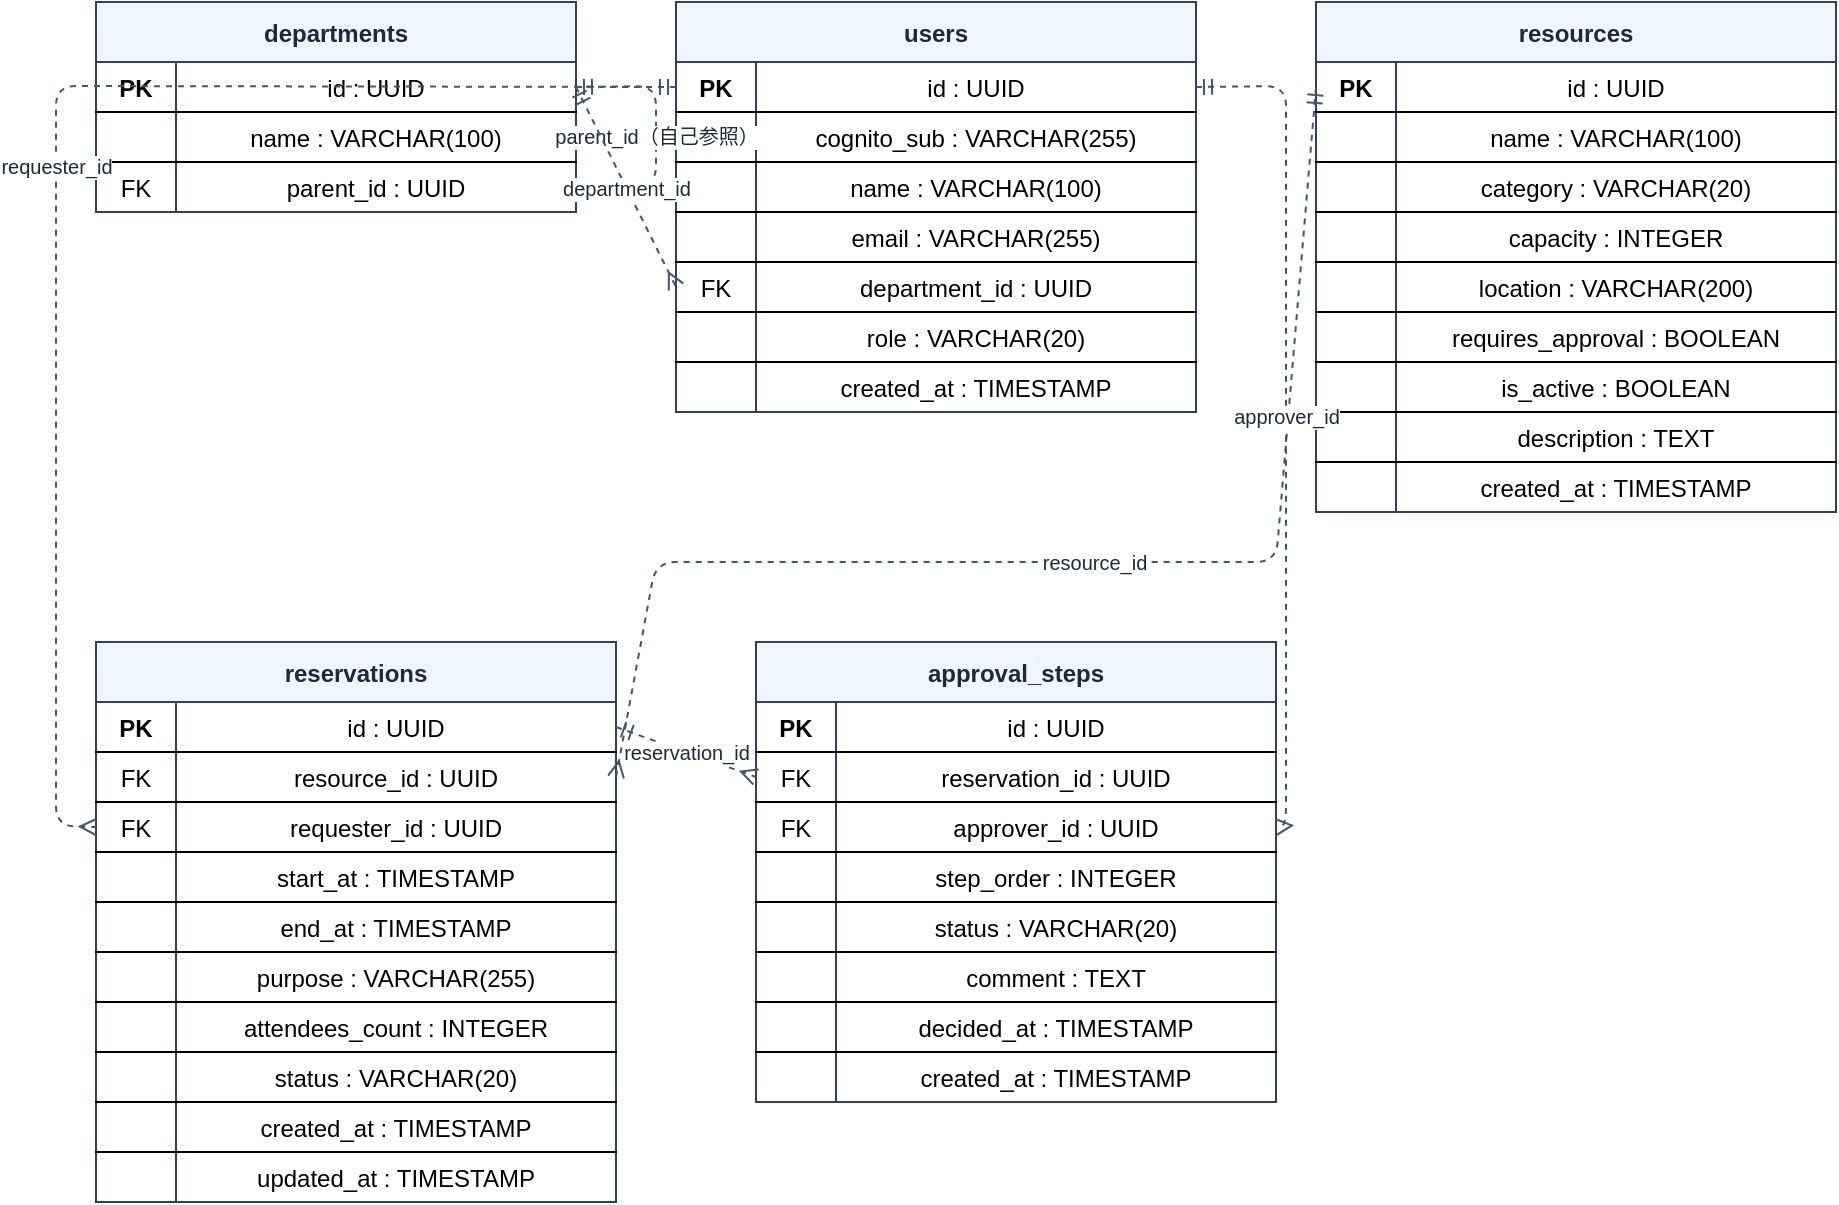
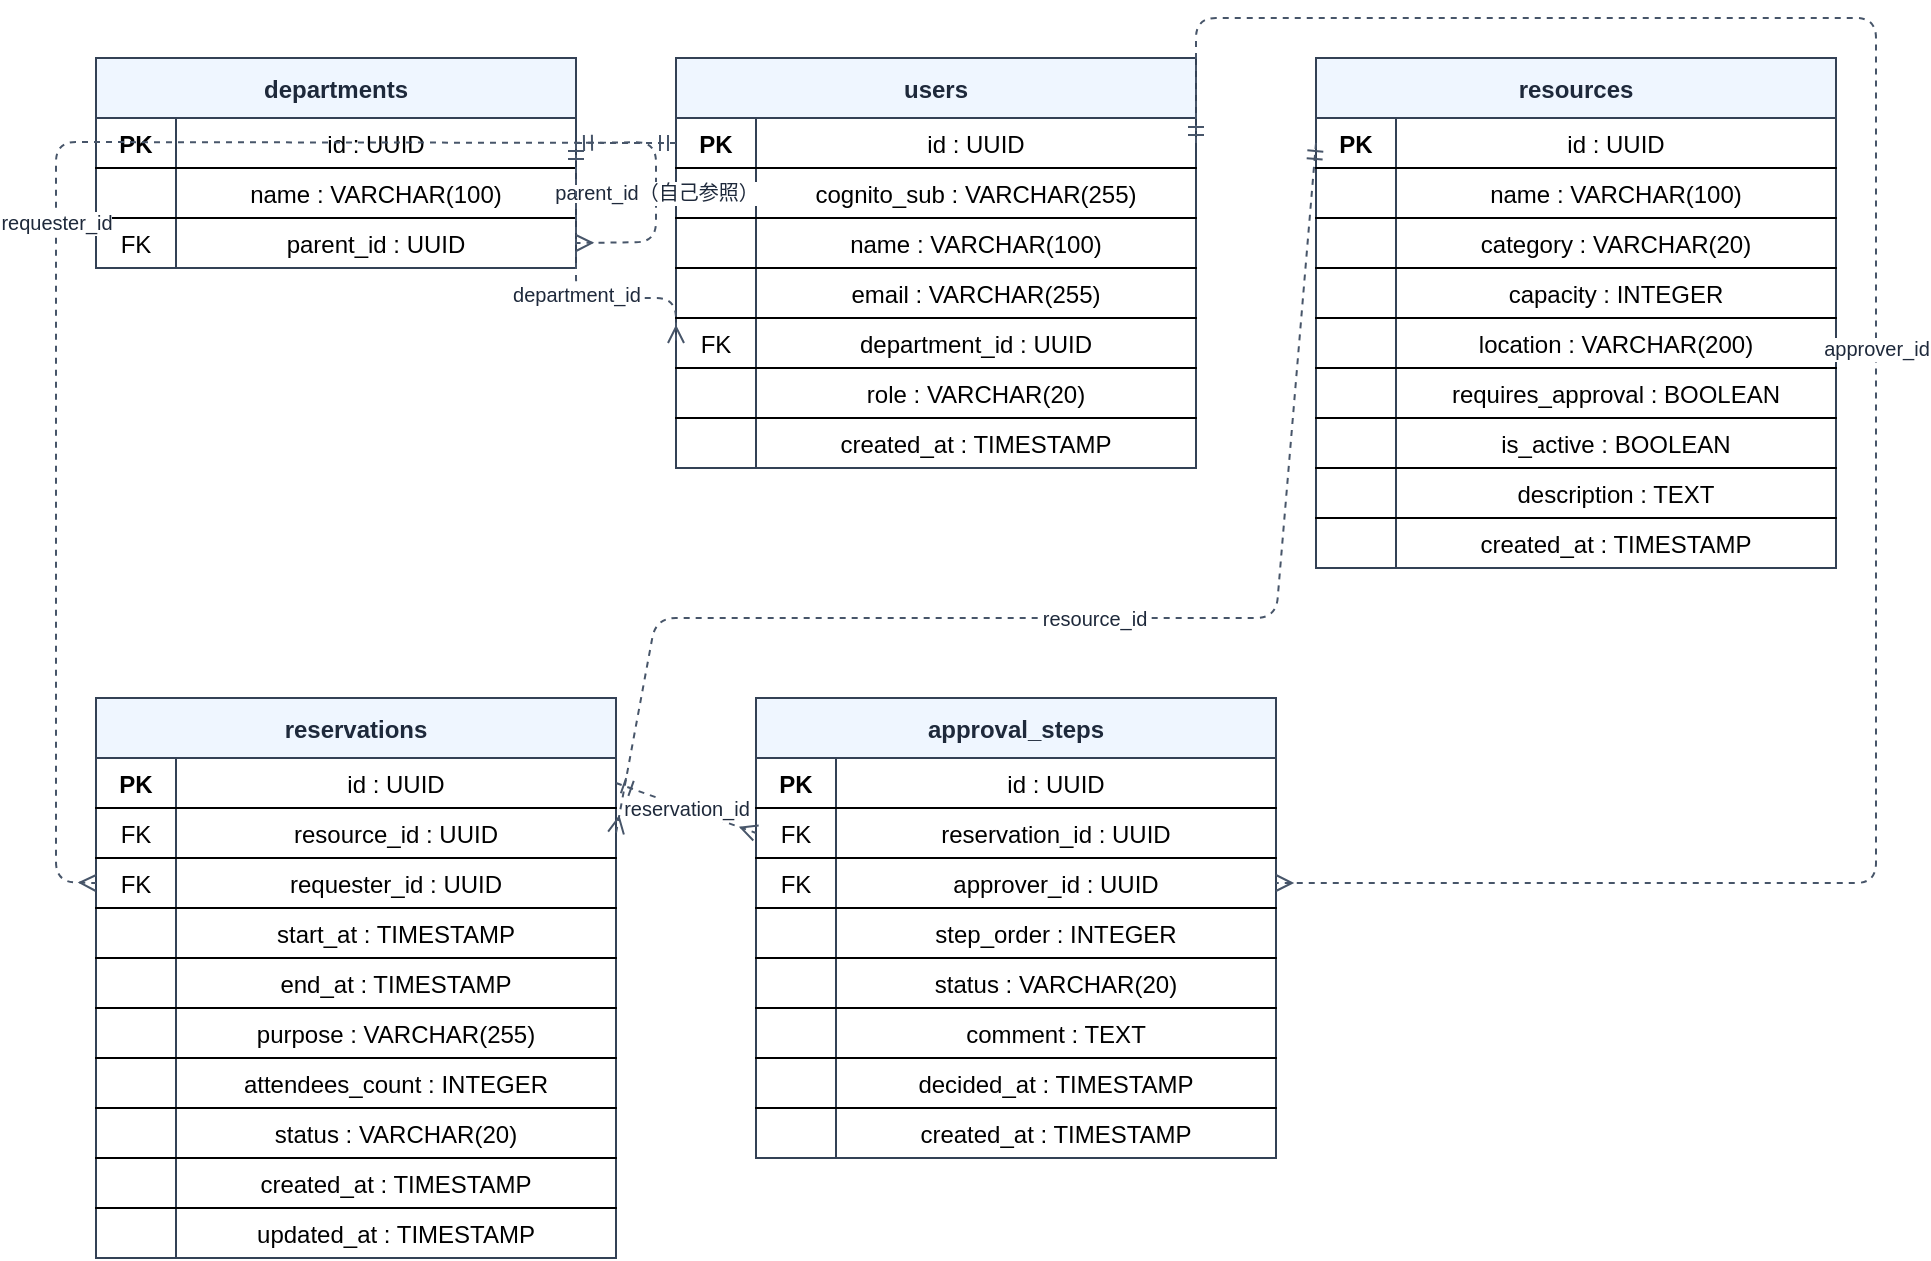
<?xml version="1.0" encoding="UTF-8"?>
<mxfile host="drawio" version="26.0.0">
  <diagram name="ER図">
    <mxGraphModel>
      <root>
        <mxCell id="0" />
        <mxCell id="1" parent="0" />

        <!-- departments テーブル (3行 h=105) -->
        <mxCell id="2" value="departments" style="shape=table;startSize=30;container=1;collapsible=1;childLayout=tableLayout;fixedRows=1;rowLines=0;fontStyle=1;strokeColor=#334155;fillColor=#EFF6FF;fontColor=#1E293B;" vertex="1" parent="1">
          <mxGeometry x="30" y="30" width="240" height="105" as="geometry" />
        </mxCell>
        <mxCell id="2r1" value="" style="shape=tableRow;horizontal=0;startSize=0;swimlaneHead=0;swimlaneBody=0;fillColor=none;collapsible=0;dropTarget=0;points=[[0,0.5],[1,0.5]];portConstraint=eastwest;fontSize=12;top=0;left=0;right=0;bottom=1;" vertex="1" parent="2">
          <mxGeometry y="30" width="240" height="25" as="geometry" />
        </mxCell>
        <mxCell id="2r1L" value="PK" style="shape=partialRectangle;connectable=0;fillColor=none;top=0;left=0;bottom=0;right=0;fontStyle=1;overflow=hidden;" vertex="1" parent="2r1">
          <mxGeometry width="40" height="25" as="geometry"><mxRectangle width="40" height="25" as="alternateBounds" /></mxGeometry>
        </mxCell>
        <mxCell id="2r1R" value="id : UUID" style="shape=partialRectangle;connectable=0;fillColor=none;top=0;left=0;bottom=0;right=0;overflow=hidden;" vertex="1" parent="2r1">
          <mxGeometry x="40" width="200" height="25" as="geometry"><mxRectangle width="200" height="25" as="alternateBounds" /></mxGeometry>
        </mxCell>
        <mxCell id="2r2" value="" style="shape=tableRow;horizontal=0;startSize=0;swimlaneHead=0;swimlaneBody=0;fillColor=none;collapsible=0;dropTarget=0;points=[[0,0.5],[1,0.5]];portConstraint=eastwest;fontSize=12;top=0;left=0;right=0;bottom=1;" vertex="1" parent="2">
          <mxGeometry y="55" width="240" height="25" as="geometry" />
        </mxCell>
        <mxCell id="2r2L" value="" style="shape=partialRectangle;connectable=0;fillColor=none;top=0;left=0;bottom=0;right=0;overflow=hidden;" vertex="1" parent="2r2">
          <mxGeometry width="40" height="25" as="geometry"><mxRectangle width="40" height="25" as="alternateBounds" /></mxGeometry>
        </mxCell>
        <mxCell id="2r2R" value="name : VARCHAR(100)" style="shape=partialRectangle;connectable=0;fillColor=none;top=0;left=0;bottom=0;right=0;overflow=hidden;" vertex="1" parent="2r2">
          <mxGeometry x="40" width="200" height="25" as="geometry"><mxRectangle width="200" height="25" as="alternateBounds" /></mxGeometry>
        </mxCell>
        <mxCell id="2r3" value="" style="shape=tableRow;horizontal=0;startSize=0;swimlaneHead=0;swimlaneBody=0;fillColor=none;collapsible=0;dropTarget=0;points=[[0,0.5],[1,0.5]];portConstraint=eastwest;fontSize=12;top=0;left=0;right=0;bottom=0;" vertex="1" parent="2">
          <mxGeometry y="80" width="240" height="25" as="geometry" />
        </mxCell>
        <mxCell id="2r3L" value="FK" style="shape=partialRectangle;connectable=0;fillColor=none;top=0;left=0;bottom=0;right=0;overflow=hidden;" vertex="1" parent="2r3">
          <mxGeometry width="40" height="25" as="geometry"><mxRectangle width="40" height="25" as="alternateBounds" /></mxGeometry>
        </mxCell>
        <mxCell id="2r3R" value="parent_id : UUID" style="shape=partialRectangle;connectable=0;fillColor=none;top=0;left=0;bottom=0;right=0;overflow=hidden;" vertex="1" parent="2r3">
          <mxGeometry x="40" width="200" height="25" as="geometry"><mxRectangle width="200" height="25" as="alternateBounds" /></mxGeometry>
        </mxCell>

        <!-- users テーブル (7行 h=205) -->
        <mxCell id="3" value="users" style="shape=table;startSize=30;container=1;collapsible=1;childLayout=tableLayout;fixedRows=1;rowLines=0;fontStyle=1;strokeColor=#334155;fillColor=#EFF6FF;fontColor=#1E293B;" vertex="1" parent="1">
          <mxGeometry x="320" y="30" width="260" height="205" as="geometry" />
        </mxCell>
        <mxCell id="3r1" value="" style="shape=tableRow;horizontal=0;startSize=0;swimlaneHead=0;swimlaneBody=0;fillColor=none;collapsible=0;dropTarget=0;points=[[0,0.5],[1,0.5]];portConstraint=eastwest;fontSize=12;top=0;left=0;right=0;bottom=1;" vertex="1" parent="3">
          <mxGeometry y="30" width="260" height="25" as="geometry" />
        </mxCell>
        <mxCell id="3r1L" value="PK" style="shape=partialRectangle;connectable=0;fillColor=none;top=0;left=0;bottom=0;right=0;fontStyle=1;overflow=hidden;" vertex="1" parent="3r1">
          <mxGeometry width="40" height="25" as="geometry"><mxRectangle width="40" height="25" as="alternateBounds" /></mxGeometry>
        </mxCell>
        <mxCell id="3r1R" value="id : UUID" style="shape=partialRectangle;connectable=0;fillColor=none;top=0;left=0;bottom=0;right=0;overflow=hidden;" vertex="1" parent="3r1">
          <mxGeometry x="40" width="220" height="25" as="geometry"><mxRectangle width="220" height="25" as="alternateBounds" /></mxGeometry>
        </mxCell>
        <mxCell id="3r2" value="" style="shape=tableRow;horizontal=0;startSize=0;swimlaneHead=0;swimlaneBody=0;fillColor=none;collapsible=0;dropTarget=0;points=[[0,0.5],[1,0.5]];portConstraint=eastwest;fontSize=12;top=0;left=0;right=0;bottom=1;" vertex="1" parent="3">
          <mxGeometry y="55" width="260" height="25" as="geometry" />
        </mxCell>
        <mxCell id="3r2L" value="" style="shape=partialRectangle;connectable=0;fillColor=none;top=0;left=0;bottom=0;right=0;overflow=hidden;" vertex="1" parent="3r2">
          <mxGeometry width="40" height="25" as="geometry"><mxRectangle width="40" height="25" as="alternateBounds" /></mxGeometry>
        </mxCell>
        <mxCell id="3r2R" value="cognito_sub : VARCHAR(255)" style="shape=partialRectangle;connectable=0;fillColor=none;top=0;left=0;bottom=0;right=0;overflow=hidden;" vertex="1" parent="3r2">
          <mxGeometry x="40" width="220" height="25" as="geometry"><mxRectangle width="220" height="25" as="alternateBounds" /></mxGeometry>
        </mxCell>
        <mxCell id="3r3" value="" style="shape=tableRow;horizontal=0;startSize=0;swimlaneHead=0;swimlaneBody=0;fillColor=none;collapsible=0;dropTarget=0;points=[[0,0.5],[1,0.5]];portConstraint=eastwest;fontSize=12;top=0;left=0;right=0;bottom=1;" vertex="1" parent="3">
          <mxGeometry y="80" width="260" height="25" as="geometry" />
        </mxCell>
        <mxCell id="3r3L" value="" style="shape=partialRectangle;connectable=0;fillColor=none;top=0;left=0;bottom=0;right=0;overflow=hidden;" vertex="1" parent="3r3">
          <mxGeometry width="40" height="25" as="geometry"><mxRectangle width="40" height="25" as="alternateBounds" /></mxGeometry>
        </mxCell>
        <mxCell id="3r3R" value="name : VARCHAR(100)" style="shape=partialRectangle;connectable=0;fillColor=none;top=0;left=0;bottom=0;right=0;overflow=hidden;" vertex="1" parent="3r3">
          <mxGeometry x="40" width="220" height="25" as="geometry"><mxRectangle width="220" height="25" as="alternateBounds" /></mxGeometry>
        </mxCell>
        <mxCell id="3r4" value="" style="shape=tableRow;horizontal=0;startSize=0;swimlaneHead=0;swimlaneBody=0;fillColor=none;collapsible=0;dropTarget=0;points=[[0,0.5],[1,0.5]];portConstraint=eastwest;fontSize=12;top=0;left=0;right=0;bottom=1;" vertex="1" parent="3">
          <mxGeometry y="105" width="260" height="25" as="geometry" />
        </mxCell>
        <mxCell id="3r4L" value="" style="shape=partialRectangle;connectable=0;fillColor=none;top=0;left=0;bottom=0;right=0;overflow=hidden;" vertex="1" parent="3r4">
          <mxGeometry width="40" height="25" as="geometry"><mxRectangle width="40" height="25" as="alternateBounds" /></mxGeometry>
        </mxCell>
        <mxCell id="3r4R" value="email : VARCHAR(255)" style="shape=partialRectangle;connectable=0;fillColor=none;top=0;left=0;bottom=0;right=0;overflow=hidden;" vertex="1" parent="3r4">
          <mxGeometry x="40" width="220" height="25" as="geometry"><mxRectangle width="220" height="25" as="alternateBounds" /></mxGeometry>
        </mxCell>
        <mxCell id="3r5" value="" style="shape=tableRow;horizontal=0;startSize=0;swimlaneHead=0;swimlaneBody=0;fillColor=none;collapsible=0;dropTarget=0;points=[[0,0.5],[1,0.5]];portConstraint=eastwest;fontSize=12;top=0;left=0;right=0;bottom=1;" vertex="1" parent="3">
          <mxGeometry y="130" width="260" height="25" as="geometry" />
        </mxCell>
        <mxCell id="3r5L" value="FK" style="shape=partialRectangle;connectable=0;fillColor=none;top=0;left=0;bottom=0;right=0;overflow=hidden;" vertex="1" parent="3r5">
          <mxGeometry width="40" height="25" as="geometry"><mxRectangle width="40" height="25" as="alternateBounds" /></mxGeometry>
        </mxCell>
        <mxCell id="3r5R" value="department_id : UUID" style="shape=partialRectangle;connectable=0;fillColor=none;top=0;left=0;bottom=0;right=0;overflow=hidden;" vertex="1" parent="3r5">
          <mxGeometry x="40" width="220" height="25" as="geometry"><mxRectangle width="220" height="25" as="alternateBounds" /></mxGeometry>
        </mxCell>
        <mxCell id="3r6" value="" style="shape=tableRow;horizontal=0;startSize=0;swimlaneHead=0;swimlaneBody=0;fillColor=none;collapsible=0;dropTarget=0;points=[[0,0.5],[1,0.5]];portConstraint=eastwest;fontSize=12;top=0;left=0;right=0;bottom=1;" vertex="1" parent="3">
          <mxGeometry y="155" width="260" height="25" as="geometry" />
        </mxCell>
        <mxCell id="3r6L" value="" style="shape=partialRectangle;connectable=0;fillColor=none;top=0;left=0;bottom=0;right=0;overflow=hidden;" vertex="1" parent="3r6">
          <mxGeometry width="40" height="25" as="geometry"><mxRectangle width="40" height="25" as="alternateBounds" /></mxGeometry>
        </mxCell>
        <mxCell id="3r6R" value="role : VARCHAR(20)" style="shape=partialRectangle;connectable=0;fillColor=none;top=0;left=0;bottom=0;right=0;overflow=hidden;" vertex="1" parent="3r6">
          <mxGeometry x="40" width="220" height="25" as="geometry"><mxRectangle width="220" height="25" as="alternateBounds" /></mxGeometry>
        </mxCell>
        <mxCell id="3r7" value="" style="shape=tableRow;horizontal=0;startSize=0;swimlaneHead=0;swimlaneBody=0;fillColor=none;collapsible=0;dropTarget=0;points=[[0,0.5],[1,0.5]];portConstraint=eastwest;fontSize=12;top=0;left=0;right=0;bottom=0;" vertex="1" parent="3">
          <mxGeometry y="180" width="260" height="25" as="geometry" />
        </mxCell>
        <mxCell id="3r7L" value="" style="shape=partialRectangle;connectable=0;fillColor=none;top=0;left=0;bottom=0;right=0;overflow=hidden;" vertex="1" parent="3r7">
          <mxGeometry width="40" height="25" as="geometry"><mxRectangle width="40" height="25" as="alternateBounds" /></mxGeometry>
        </mxCell>
        <mxCell id="3r7R" value="created_at : TIMESTAMP" style="shape=partialRectangle;connectable=0;fillColor=none;top=0;left=0;bottom=0;right=0;overflow=hidden;" vertex="1" parent="3r7">
          <mxGeometry x="40" width="220" height="25" as="geometry"><mxRectangle width="220" height="25" as="alternateBounds" /></mxGeometry>
        </mxCell>

        <!-- resources テーブル (9行 h=255) -->
        <mxCell id="4" value="resources" style="shape=table;startSize=30;container=1;collapsible=1;childLayout=tableLayout;fixedRows=1;rowLines=0;fontStyle=1;strokeColor=#334155;fillColor=#EFF6FF;fontColor=#1E293B;" vertex="1" parent="1">
          <mxGeometry x="640" y="30" width="260" height="255" as="geometry" />
        </mxCell>
        <mxCell id="4r1" value="" style="shape=tableRow;horizontal=0;startSize=0;swimlaneHead=0;swimlaneBody=0;fillColor=none;collapsible=0;dropTarget=0;points=[[0,0.5],[1,0.5]];portConstraint=eastwest;fontSize=12;top=0;left=0;right=0;bottom=1;" vertex="1" parent="4">
          <mxGeometry y="30" width="260" height="25" as="geometry" />
        </mxCell>
        <mxCell id="4r1L" value="PK" style="shape=partialRectangle;connectable=0;fillColor=none;top=0;left=0;bottom=0;right=0;fontStyle=1;overflow=hidden;" vertex="1" parent="4r1">
          <mxGeometry width="40" height="25" as="geometry"><mxRectangle width="40" height="25" as="alternateBounds" /></mxGeometry>
        </mxCell>
        <mxCell id="4r1R" value="id : UUID" style="shape=partialRectangle;connectable=0;fillColor=none;top=0;left=0;bottom=0;right=0;overflow=hidden;" vertex="1" parent="4r1">
          <mxGeometry x="40" width="220" height="25" as="geometry"><mxRectangle width="220" height="25" as="alternateBounds" /></mxGeometry>
        </mxCell>
        <mxCell id="4r2" value="" style="shape=tableRow;horizontal=0;startSize=0;swimlaneHead=0;swimlaneBody=0;fillColor=none;collapsible=0;dropTarget=0;points=[[0,0.5],[1,0.5]];portConstraint=eastwest;fontSize=12;top=0;left=0;right=0;bottom=1;" vertex="1" parent="4">
          <mxGeometry y="55" width="260" height="25" as="geometry" />
        </mxCell>
        <mxCell id="4r2L" value="" style="shape=partialRectangle;connectable=0;fillColor=none;top=0;left=0;bottom=0;right=0;overflow=hidden;" vertex="1" parent="4r2">
          <mxGeometry width="40" height="25" as="geometry"><mxRectangle width="40" height="25" as="alternateBounds" /></mxGeometry>
        </mxCell>
        <mxCell id="4r2R" value="name : VARCHAR(100)" style="shape=partialRectangle;connectable=0;fillColor=none;top=0;left=0;bottom=0;right=0;overflow=hidden;" vertex="1" parent="4r2">
          <mxGeometry x="40" width="220" height="25" as="geometry"><mxRectangle width="220" height="25" as="alternateBounds" /></mxGeometry>
        </mxCell>
        <mxCell id="4r3" value="" style="shape=tableRow;horizontal=0;startSize=0;swimlaneHead=0;swimlaneBody=0;fillColor=none;collapsible=0;dropTarget=0;points=[[0,0.5],[1,0.5]];portConstraint=eastwest;fontSize=12;top=0;left=0;right=0;bottom=1;" vertex="1" parent="4">
          <mxGeometry y="80" width="260" height="25" as="geometry" />
        </mxCell>
        <mxCell id="4r3L" value="" style="shape=partialRectangle;connectable=0;fillColor=none;top=0;left=0;bottom=0;right=0;overflow=hidden;" vertex="1" parent="4r3">
          <mxGeometry width="40" height="25" as="geometry"><mxRectangle width="40" height="25" as="alternateBounds" /></mxGeometry>
        </mxCell>
        <mxCell id="4r3R" value="category : VARCHAR(20)" style="shape=partialRectangle;connectable=0;fillColor=none;top=0;left=0;bottom=0;right=0;overflow=hidden;" vertex="1" parent="4r3">
          <mxGeometry x="40" width="220" height="25" as="geometry"><mxRectangle width="220" height="25" as="alternateBounds" /></mxGeometry>
        </mxCell>
        <mxCell id="4r4" value="" style="shape=tableRow;horizontal=0;startSize=0;swimlaneHead=0;swimlaneBody=0;fillColor=none;collapsible=0;dropTarget=0;points=[[0,0.5],[1,0.5]];portConstraint=eastwest;fontSize=12;top=0;left=0;right=0;bottom=1;" vertex="1" parent="4">
          <mxGeometry y="105" width="260" height="25" as="geometry" />
        </mxCell>
        <mxCell id="4r4L" value="" style="shape=partialRectangle;connectable=0;fillColor=none;top=0;left=0;bottom=0;right=0;overflow=hidden;" vertex="1" parent="4r4">
          <mxGeometry width="40" height="25" as="geometry"><mxRectangle width="40" height="25" as="alternateBounds" /></mxGeometry>
        </mxCell>
        <mxCell id="4r4R" value="capacity : INTEGER" style="shape=partialRectangle;connectable=0;fillColor=none;top=0;left=0;bottom=0;right=0;overflow=hidden;" vertex="1" parent="4r4">
          <mxGeometry x="40" width="220" height="25" as="geometry"><mxRectangle width="220" height="25" as="alternateBounds" /></mxGeometry>
        </mxCell>
        <mxCell id="4r5" value="" style="shape=tableRow;horizontal=0;startSize=0;swimlaneHead=0;swimlaneBody=0;fillColor=none;collapsible=0;dropTarget=0;points=[[0,0.5],[1,0.5]];portConstraint=eastwest;fontSize=12;top=0;left=0;right=0;bottom=1;" vertex="1" parent="4">
          <mxGeometry y="130" width="260" height="25" as="geometry" />
        </mxCell>
        <mxCell id="4r5L" value="" style="shape=partialRectangle;connectable=0;fillColor=none;top=0;left=0;bottom=0;right=0;overflow=hidden;" vertex="1" parent="4r5">
          <mxGeometry width="40" height="25" as="geometry"><mxRectangle width="40" height="25" as="alternateBounds" /></mxGeometry>
        </mxCell>
        <mxCell id="4r5R" value="location : VARCHAR(200)" style="shape=partialRectangle;connectable=0;fillColor=none;top=0;left=0;bottom=0;right=0;overflow=hidden;" vertex="1" parent="4r5">
          <mxGeometry x="40" width="220" height="25" as="geometry"><mxRectangle width="220" height="25" as="alternateBounds" /></mxGeometry>
        </mxCell>
        <mxCell id="4r6" value="" style="shape=tableRow;horizontal=0;startSize=0;swimlaneHead=0;swimlaneBody=0;fillColor=none;collapsible=0;dropTarget=0;points=[[0,0.5],[1,0.5]];portConstraint=eastwest;fontSize=12;top=0;left=0;right=0;bottom=1;" vertex="1" parent="4">
          <mxGeometry y="155" width="260" height="25" as="geometry" />
        </mxCell>
        <mxCell id="4r6L" value="" style="shape=partialRectangle;connectable=0;fillColor=none;top=0;left=0;bottom=0;right=0;overflow=hidden;" vertex="1" parent="4r6">
          <mxGeometry width="40" height="25" as="geometry"><mxRectangle width="40" height="25" as="alternateBounds" /></mxGeometry>
        </mxCell>
        <mxCell id="4r6R" value="requires_approval : BOOLEAN" style="shape=partialRectangle;connectable=0;fillColor=none;top=0;left=0;bottom=0;right=0;overflow=hidden;" vertex="1" parent="4r6">
          <mxGeometry x="40" width="220" height="25" as="geometry"><mxRectangle width="220" height="25" as="alternateBounds" /></mxGeometry>
        </mxCell>
        <mxCell id="4r7" value="" style="shape=tableRow;horizontal=0;startSize=0;swimlaneHead=0;swimlaneBody=0;fillColor=none;collapsible=0;dropTarget=0;points=[[0,0.5],[1,0.5]];portConstraint=eastwest;fontSize=12;top=0;left=0;right=0;bottom=1;" vertex="1" parent="4">
          <mxGeometry y="180" width="260" height="25" as="geometry" />
        </mxCell>
        <mxCell id="4r7L" value="" style="shape=partialRectangle;connectable=0;fillColor=none;top=0;left=0;bottom=0;right=0;overflow=hidden;" vertex="1" parent="4r7">
          <mxGeometry width="40" height="25" as="geometry"><mxRectangle width="40" height="25" as="alternateBounds" /></mxGeometry>
        </mxCell>
        <mxCell id="4r7R" value="is_active : BOOLEAN" style="shape=partialRectangle;connectable=0;fillColor=none;top=0;left=0;bottom=0;right=0;overflow=hidden;" vertex="1" parent="4r7">
          <mxGeometry x="40" width="220" height="25" as="geometry"><mxRectangle width="220" height="25" as="alternateBounds" /></mxGeometry>
        </mxCell>
        <!-- 追加: description TEXT -->
        <mxCell id="4r8" value="" style="shape=tableRow;horizontal=0;startSize=0;swimlaneHead=0;swimlaneBody=0;fillColor=none;collapsible=0;dropTarget=0;points=[[0,0.5],[1,0.5]];portConstraint=eastwest;fontSize=12;top=0;left=0;right=0;bottom=1;" vertex="1" parent="4">
          <mxGeometry y="205" width="260" height="25" as="geometry" />
        </mxCell>
        <mxCell id="4r8L" value="" style="shape=partialRectangle;connectable=0;fillColor=none;top=0;left=0;bottom=0;right=0;overflow=hidden;" vertex="1" parent="4r8">
          <mxGeometry width="40" height="25" as="geometry"><mxRectangle width="40" height="25" as="alternateBounds" /></mxGeometry>
        </mxCell>
        <mxCell id="4r8R" value="description : TEXT" style="shape=partialRectangle;connectable=0;fillColor=none;top=0;left=0;bottom=0;right=0;overflow=hidden;" vertex="1" parent="4r8">
          <mxGeometry x="40" width="220" height="25" as="geometry"><mxRectangle width="220" height="25" as="alternateBounds" /></mxGeometry>
        </mxCell>
        <mxCell id="4r9" value="" style="shape=tableRow;horizontal=0;startSize=0;swimlaneHead=0;swimlaneBody=0;fillColor=none;collapsible=0;dropTarget=0;points=[[0,0.5],[1,0.5]];portConstraint=eastwest;fontSize=12;top=0;left=0;right=0;bottom=0;" vertex="1" parent="4">
          <mxGeometry y="230" width="260" height="25" as="geometry" />
        </mxCell>
        <mxCell id="4r9L" value="" style="shape=partialRectangle;connectable=0;fillColor=none;top=0;left=0;bottom=0;right=0;overflow=hidden;" vertex="1" parent="4r9">
          <mxGeometry width="40" height="25" as="geometry"><mxRectangle width="40" height="25" as="alternateBounds" /></mxGeometry>
        </mxCell>
        <mxCell id="4r9R" value="created_at : TIMESTAMP" style="shape=partialRectangle;connectable=0;fillColor=none;top=0;left=0;bottom=0;right=0;overflow=hidden;" vertex="1" parent="4r9">
          <mxGeometry x="40" width="220" height="25" as="geometry"><mxRectangle width="220" height="25" as="alternateBounds" /></mxGeometry>
        </mxCell>

        <!-- reservations テーブル (10行 h=280) -->
        <mxCell id="5" value="reservations" style="shape=table;startSize=30;container=1;collapsible=1;childLayout=tableLayout;fixedRows=1;rowLines=0;fontStyle=1;strokeColor=#334155;fillColor=#EFF6FF;fontColor=#1E293B;" vertex="1" parent="1">
          <mxGeometry x="30" y="350" width="260" height="280" as="geometry" />
        </mxCell>
        <mxCell id="5r1" value="" style="shape=tableRow;horizontal=0;startSize=0;swimlaneHead=0;swimlaneBody=0;fillColor=none;collapsible=0;dropTarget=0;points=[[0,0.5],[1,0.5]];portConstraint=eastwest;fontSize=12;top=0;left=0;right=0;bottom=1;" vertex="1" parent="5">
          <mxGeometry y="30" width="260" height="25" as="geometry" />
        </mxCell>
        <mxCell id="5r1L" value="PK" style="shape=partialRectangle;connectable=0;fillColor=none;top=0;left=0;bottom=0;right=0;fontStyle=1;overflow=hidden;" vertex="1" parent="5r1">
          <mxGeometry width="40" height="25" as="geometry"><mxRectangle width="40" height="25" as="alternateBounds" /></mxGeometry>
        </mxCell>
        <mxCell id="5r1R" value="id : UUID" style="shape=partialRectangle;connectable=0;fillColor=none;top=0;left=0;bottom=0;right=0;overflow=hidden;" vertex="1" parent="5r1">
          <mxGeometry x="40" width="220" height="25" as="geometry"><mxRectangle width="220" height="25" as="alternateBounds" /></mxGeometry>
        </mxCell>
        <mxCell id="5r2" value="" style="shape=tableRow;horizontal=0;startSize=0;swimlaneHead=0;swimlaneBody=0;fillColor=none;collapsible=0;dropTarget=0;points=[[0,0.5],[1,0.5]];portConstraint=eastwest;fontSize=12;top=0;left=0;right=0;bottom=1;" vertex="1" parent="5">
          <mxGeometry y="55" width="260" height="25" as="geometry" />
        </mxCell>
        <mxCell id="5r2L" value="FK" style="shape=partialRectangle;connectable=0;fillColor=none;top=0;left=0;bottom=0;right=0;overflow=hidden;" vertex="1" parent="5r2">
          <mxGeometry width="40" height="25" as="geometry"><mxRectangle width="40" height="25" as="alternateBounds" /></mxGeometry>
        </mxCell>
        <mxCell id="5r2R" value="resource_id : UUID" style="shape=partialRectangle;connectable=0;fillColor=none;top=0;left=0;bottom=0;right=0;overflow=hidden;" vertex="1" parent="5r2">
          <mxGeometry x="40" width="220" height="25" as="geometry"><mxRectangle width="220" height="25" as="alternateBounds" /></mxGeometry>
        </mxCell>
        <mxCell id="5r3" value="" style="shape=tableRow;horizontal=0;startSize=0;swimlaneHead=0;swimlaneBody=0;fillColor=none;collapsible=0;dropTarget=0;points=[[0,0.5],[1,0.5]];portConstraint=eastwest;fontSize=12;top=0;left=0;right=0;bottom=1;" vertex="1" parent="5">
          <mxGeometry y="80" width="260" height="25" as="geometry" />
        </mxCell>
        <mxCell id="5r3L" value="FK" style="shape=partialRectangle;connectable=0;fillColor=none;top=0;left=0;bottom=0;right=0;overflow=hidden;" vertex="1" parent="5r3">
          <mxGeometry width="40" height="25" as="geometry"><mxRectangle width="40" height="25" as="alternateBounds" /></mxGeometry>
        </mxCell>
        <mxCell id="5r3R" value="requester_id : UUID" style="shape=partialRectangle;connectable=0;fillColor=none;top=0;left=0;bottom=0;right=0;overflow=hidden;" vertex="1" parent="5r3">
          <mxGeometry x="40" width="220" height="25" as="geometry"><mxRectangle width="220" height="25" as="alternateBounds" /></mxGeometry>
        </mxCell>
        <mxCell id="5r4" value="" style="shape=tableRow;horizontal=0;startSize=0;swimlaneHead=0;swimlaneBody=0;fillColor=none;collapsible=0;dropTarget=0;points=[[0,0.5],[1,0.5]];portConstraint=eastwest;fontSize=12;top=0;left=0;right=0;bottom=1;" vertex="1" parent="5">
          <mxGeometry y="105" width="260" height="25" as="geometry" />
        </mxCell>
        <mxCell id="5r4L" value="" style="shape=partialRectangle;connectable=0;fillColor=none;top=0;left=0;bottom=0;right=0;overflow=hidden;" vertex="1" parent="5r4">
          <mxGeometry width="40" height="25" as="geometry"><mxRectangle width="40" height="25" as="alternateBounds" /></mxGeometry>
        </mxCell>
        <mxCell id="5r4R" value="start_at : TIMESTAMP" style="shape=partialRectangle;connectable=0;fillColor=none;top=0;left=0;bottom=0;right=0;overflow=hidden;" vertex="1" parent="5r4">
          <mxGeometry x="40" width="220" height="25" as="geometry"><mxRectangle width="220" height="25" as="alternateBounds" /></mxGeometry>
        </mxCell>
        <mxCell id="5r5" value="" style="shape=tableRow;horizontal=0;startSize=0;swimlaneHead=0;swimlaneBody=0;fillColor=none;collapsible=0;dropTarget=0;points=[[0,0.5],[1,0.5]];portConstraint=eastwest;fontSize=12;top=0;left=0;right=0;bottom=1;" vertex="1" parent="5">
          <mxGeometry y="130" width="260" height="25" as="geometry" />
        </mxCell>
        <mxCell id="5r5L" value="" style="shape=partialRectangle;connectable=0;fillColor=none;top=0;left=0;bottom=0;right=0;overflow=hidden;" vertex="1" parent="5r5">
          <mxGeometry width="40" height="25" as="geometry"><mxRectangle width="40" height="25" as="alternateBounds" /></mxGeometry>
        </mxCell>
        <mxCell id="5r5R" value="end_at : TIMESTAMP" style="shape=partialRectangle;connectable=0;fillColor=none;top=0;left=0;bottom=0;right=0;overflow=hidden;" vertex="1" parent="5r5">
          <mxGeometry x="40" width="220" height="25" as="geometry"><mxRectangle width="220" height="25" as="alternateBounds" /></mxGeometry>
        </mxCell>
        <mxCell id="5r6" value="" style="shape=tableRow;horizontal=0;startSize=0;swimlaneHead=0;swimlaneBody=0;fillColor=none;collapsible=0;dropTarget=0;points=[[0,0.5],[1,0.5]];portConstraint=eastwest;fontSize=12;top=0;left=0;right=0;bottom=1;" vertex="1" parent="5">
          <mxGeometry y="155" width="260" height="25" as="geometry" />
        </mxCell>
        <mxCell id="5r6L" value="" style="shape=partialRectangle;connectable=0;fillColor=none;top=0;left=0;bottom=0;right=0;overflow=hidden;" vertex="1" parent="5r6">
          <mxGeometry width="40" height="25" as="geometry"><mxRectangle width="40" height="25" as="alternateBounds" /></mxGeometry>
        </mxCell>
        <mxCell id="5r6R" value="purpose : VARCHAR(255)" style="shape=partialRectangle;connectable=0;fillColor=none;top=0;left=0;bottom=0;right=0;overflow=hidden;" vertex="1" parent="5r6">
          <mxGeometry x="40" width="220" height="25" as="geometry"><mxRectangle width="220" height="25" as="alternateBounds" /></mxGeometry>
        </mxCell>
        <mxCell id="5r7" value="" style="shape=tableRow;horizontal=0;startSize=0;swimlaneHead=0;swimlaneBody=0;fillColor=none;collapsible=0;dropTarget=0;points=[[0,0.5],[1,0.5]];portConstraint=eastwest;fontSize=12;top=0;left=0;right=0;bottom=1;" vertex="1" parent="5">
          <mxGeometry y="180" width="260" height="25" as="geometry" />
        </mxCell>
        <mxCell id="5r7L" value="" style="shape=partialRectangle;connectable=0;fillColor=none;top=0;left=0;bottom=0;right=0;overflow=hidden;" vertex="1" parent="5r7">
          <mxGeometry width="40" height="25" as="geometry"><mxRectangle width="40" height="25" as="alternateBounds" /></mxGeometry>
        </mxCell>
        <mxCell id="5r7R" value="attendees_count : INTEGER" style="shape=partialRectangle;connectable=0;fillColor=none;top=0;left=0;bottom=0;right=0;overflow=hidden;" vertex="1" parent="5r7">
          <mxGeometry x="40" width="220" height="25" as="geometry"><mxRectangle width="220" height="25" as="alternateBounds" /></mxGeometry>
        </mxCell>
        <!-- status: bottom=1 に変更（最終行でなくなった） -->
        <mxCell id="5r8" value="" style="shape=tableRow;horizontal=0;startSize=0;swimlaneHead=0;swimlaneBody=0;fillColor=none;collapsible=0;dropTarget=0;points=[[0,0.5],[1,0.5]];portConstraint=eastwest;fontSize=12;top=0;left=0;right=0;bottom=1;" vertex="1" parent="5">
          <mxGeometry y="205" width="260" height="25" as="geometry" />
        </mxCell>
        <mxCell id="5r8L" value="" style="shape=partialRectangle;connectable=0;fillColor=none;top=0;left=0;bottom=0;right=0;overflow=hidden;" vertex="1" parent="5r8">
          <mxGeometry width="40" height="25" as="geometry"><mxRectangle width="40" height="25" as="alternateBounds" /></mxGeometry>
        </mxCell>
        <mxCell id="5r8R" value="status : VARCHAR(20)" style="shape=partialRectangle;connectable=0;fillColor=none;top=0;left=0;bottom=0;right=0;overflow=hidden;" vertex="1" parent="5r8">
          <mxGeometry x="40" width="220" height="25" as="geometry"><mxRectangle width="220" height="25" as="alternateBounds" /></mxGeometry>
        </mxCell>
        <!-- 追加: created_at -->
        <mxCell id="5r9" value="" style="shape=tableRow;horizontal=0;startSize=0;swimlaneHead=0;swimlaneBody=0;fillColor=none;collapsible=0;dropTarget=0;points=[[0,0.5],[1,0.5]];portConstraint=eastwest;fontSize=12;top=0;left=0;right=0;bottom=1;" vertex="1" parent="5">
          <mxGeometry y="230" width="260" height="25" as="geometry" />
        </mxCell>
        <mxCell id="5r9L" value="" style="shape=partialRectangle;connectable=0;fillColor=none;top=0;left=0;bottom=0;right=0;overflow=hidden;" vertex="1" parent="5r9">
          <mxGeometry width="40" height="25" as="geometry"><mxRectangle width="40" height="25" as="alternateBounds" /></mxGeometry>
        </mxCell>
        <mxCell id="5r9R" value="created_at : TIMESTAMP" style="shape=partialRectangle;connectable=0;fillColor=none;top=0;left=0;bottom=0;right=0;overflow=hidden;" vertex="1" parent="5r9">
          <mxGeometry x="40" width="220" height="25" as="geometry"><mxRectangle width="220" height="25" as="alternateBounds" /></mxGeometry>
        </mxCell>
        <!-- 追加: updated_at -->
        <mxCell id="5r10" value="" style="shape=tableRow;horizontal=0;startSize=0;swimlaneHead=0;swimlaneBody=0;fillColor=none;collapsible=0;dropTarget=0;points=[[0,0.5],[1,0.5]];portConstraint=eastwest;fontSize=12;top=0;left=0;right=0;bottom=0;" vertex="1" parent="5">
          <mxGeometry y="255" width="260" height="25" as="geometry" />
        </mxCell>
        <mxCell id="5r10L" value="" style="shape=partialRectangle;connectable=0;fillColor=none;top=0;left=0;bottom=0;right=0;overflow=hidden;" vertex="1" parent="5r10">
          <mxGeometry width="40" height="25" as="geometry"><mxRectangle width="40" height="25" as="alternateBounds" /></mxGeometry>
        </mxCell>
        <mxCell id="5r10R" value="updated_at : TIMESTAMP" style="shape=partialRectangle;connectable=0;fillColor=none;top=0;left=0;bottom=0;right=0;overflow=hidden;" vertex="1" parent="5r10">
          <mxGeometry x="40" width="220" height="25" as="geometry"><mxRectangle width="220" height="25" as="alternateBounds" /></mxGeometry>
        </mxCell>

        <!-- approval_steps テーブル (8行 h=230) -->
        <mxCell id="6" value="approval_steps" style="shape=table;startSize=30;container=1;collapsible=1;childLayout=tableLayout;fixedRows=1;rowLines=0;fontStyle=1;strokeColor=#334155;fillColor=#EFF6FF;fontColor=#1E293B;" vertex="1" parent="1">
          <mxGeometry x="360" y="350" width="260" height="230" as="geometry" />
        </mxCell>
        <mxCell id="6r1" value="" style="shape=tableRow;horizontal=0;startSize=0;swimlaneHead=0;swimlaneBody=0;fillColor=none;collapsible=0;dropTarget=0;points=[[0,0.5],[1,0.5]];portConstraint=eastwest;fontSize=12;top=0;left=0;right=0;bottom=1;" vertex="1" parent="6">
          <mxGeometry y="30" width="260" height="25" as="geometry" />
        </mxCell>
        <mxCell id="6r1L" value="PK" style="shape=partialRectangle;connectable=0;fillColor=none;top=0;left=0;bottom=0;right=0;fontStyle=1;overflow=hidden;" vertex="1" parent="6r1">
          <mxGeometry width="40" height="25" as="geometry"><mxRectangle width="40" height="25" as="alternateBounds" /></mxGeometry>
        </mxCell>
        <mxCell id="6r1R" value="id : UUID" style="shape=partialRectangle;connectable=0;fillColor=none;top=0;left=0;bottom=0;right=0;overflow=hidden;" vertex="1" parent="6r1">
          <mxGeometry x="40" width="220" height="25" as="geometry"><mxRectangle width="220" height="25" as="alternateBounds" /></mxGeometry>
        </mxCell>
        <mxCell id="6r2" value="" style="shape=tableRow;horizontal=0;startSize=0;swimlaneHead=0;swimlaneBody=0;fillColor=none;collapsible=0;dropTarget=0;points=[[0,0.5],[1,0.5]];portConstraint=eastwest;fontSize=12;top=0;left=0;right=0;bottom=1;" vertex="1" parent="6">
          <mxGeometry y="55" width="260" height="25" as="geometry" />
        </mxCell>
        <mxCell id="6r2L" value="FK" style="shape=partialRectangle;connectable=0;fillColor=none;top=0;left=0;bottom=0;right=0;overflow=hidden;" vertex="1" parent="6r2">
          <mxGeometry width="40" height="25" as="geometry"><mxRectangle width="40" height="25" as="alternateBounds" /></mxGeometry>
        </mxCell>
        <mxCell id="6r2R" value="reservation_id : UUID" style="shape=partialRectangle;connectable=0;fillColor=none;top=0;left=0;bottom=0;right=0;overflow=hidden;" vertex="1" parent="6r2">
          <mxGeometry x="40" width="220" height="25" as="geometry"><mxRectangle width="220" height="25" as="alternateBounds" /></mxGeometry>
        </mxCell>
        <mxCell id="6r3" value="" style="shape=tableRow;horizontal=0;startSize=0;swimlaneHead=0;swimlaneBody=0;fillColor=none;collapsible=0;dropTarget=0;points=[[0,0.5],[1,0.5]];portConstraint=eastwest;fontSize=12;top=0;left=0;right=0;bottom=1;" vertex="1" parent="6">
          <mxGeometry y="80" width="260" height="25" as="geometry" />
        </mxCell>
        <mxCell id="6r3L" value="FK" style="shape=partialRectangle;connectable=0;fillColor=none;top=0;left=0;bottom=0;right=0;overflow=hidden;" vertex="1" parent="6r3">
          <mxGeometry width="40" height="25" as="geometry"><mxRectangle width="40" height="25" as="alternateBounds" /></mxGeometry>
        </mxCell>
        <mxCell id="6r3R" value="approver_id : UUID" style="shape=partialRectangle;connectable=0;fillColor=none;top=0;left=0;bottom=0;right=0;overflow=hidden;" vertex="1" parent="6r3">
          <mxGeometry x="40" width="220" height="25" as="geometry"><mxRectangle width="220" height="25" as="alternateBounds" /></mxGeometry>
        </mxCell>
        <mxCell id="6r4" value="" style="shape=tableRow;horizontal=0;startSize=0;swimlaneHead=0;swimlaneBody=0;fillColor=none;collapsible=0;dropTarget=0;points=[[0,0.5],[1,0.5]];portConstraint=eastwest;fontSize=12;top=0;left=0;right=0;bottom=1;" vertex="1" parent="6">
          <mxGeometry y="105" width="260" height="25" as="geometry" />
        </mxCell>
        <mxCell id="6r4L" value="" style="shape=partialRectangle;connectable=0;fillColor=none;top=0;left=0;bottom=0;right=0;overflow=hidden;" vertex="1" parent="6r4">
          <mxGeometry width="40" height="25" as="geometry"><mxRectangle width="40" height="25" as="alternateBounds" /></mxGeometry>
        </mxCell>
        <mxCell id="6r4R" value="step_order : INTEGER" style="shape=partialRectangle;connectable=0;fillColor=none;top=0;left=0;bottom=0;right=0;overflow=hidden;" vertex="1" parent="6r4">
          <mxGeometry x="40" width="220" height="25" as="geometry"><mxRectangle width="220" height="25" as="alternateBounds" /></mxGeometry>
        </mxCell>
        <mxCell id="6r5" value="" style="shape=tableRow;horizontal=0;startSize=0;swimlaneHead=0;swimlaneBody=0;fillColor=none;collapsible=0;dropTarget=0;points=[[0,0.5],[1,0.5]];portConstraint=eastwest;fontSize=12;top=0;left=0;right=0;bottom=1;" vertex="1" parent="6">
          <mxGeometry y="130" width="260" height="25" as="geometry" />
        </mxCell>
        <mxCell id="6r5L" value="" style="shape=partialRectangle;connectable=0;fillColor=none;top=0;left=0;bottom=0;right=0;overflow=hidden;" vertex="1" parent="6r5">
          <mxGeometry width="40" height="25" as="geometry"><mxRectangle width="40" height="25" as="alternateBounds" /></mxGeometry>
        </mxCell>
        <mxCell id="6r5R" value="status : VARCHAR(20)" style="shape=partialRectangle;connectable=0;fillColor=none;top=0;left=0;bottom=0;right=0;overflow=hidden;" vertex="1" parent="6r5">
          <mxGeometry x="40" width="220" height="25" as="geometry"><mxRectangle width="220" height="25" as="alternateBounds" /></mxGeometry>
        </mxCell>
        <mxCell id="6r6" value="" style="shape=tableRow;horizontal=0;startSize=0;swimlaneHead=0;swimlaneBody=0;fillColor=none;collapsible=0;dropTarget=0;points=[[0,0.5],[1,0.5]];portConstraint=eastwest;fontSize=12;top=0;left=0;right=0;bottom=1;" vertex="1" parent="6">
          <mxGeometry y="155" width="260" height="25" as="geometry" />
        </mxCell>
        <mxCell id="6r6L" value="" style="shape=partialRectangle;connectable=0;fillColor=none;top=0;left=0;bottom=0;right=0;overflow=hidden;" vertex="1" parent="6r6">
          <mxGeometry width="40" height="25" as="geometry"><mxRectangle width="40" height="25" as="alternateBounds" /></mxGeometry>
        </mxCell>
        <mxCell id="6r6R" value="comment : TEXT" style="shape=partialRectangle;connectable=0;fillColor=none;top=0;left=0;bottom=0;right=0;overflow=hidden;" vertex="1" parent="6r6">
          <mxGeometry x="40" width="220" height="25" as="geometry"><mxRectangle width="220" height="25" as="alternateBounds" /></mxGeometry>
        </mxCell>
        <!-- decided_at: bottom=1 に変更 -->
        <mxCell id="6r7" value="" style="shape=tableRow;horizontal=0;startSize=0;swimlaneHead=0;swimlaneBody=0;fillColor=none;collapsible=0;dropTarget=0;points=[[0,0.5],[1,0.5]];portConstraint=eastwest;fontSize=12;top=0;left=0;right=0;bottom=1;" vertex="1" parent="6">
          <mxGeometry y="180" width="260" height="25" as="geometry" />
        </mxCell>
        <mxCell id="6r7L" value="" style="shape=partialRectangle;connectable=0;fillColor=none;top=0;left=0;bottom=0;right=0;overflow=hidden;" vertex="1" parent="6r7">
          <mxGeometry width="40" height="25" as="geometry"><mxRectangle width="40" height="25" as="alternateBounds" /></mxGeometry>
        </mxCell>
        <mxCell id="6r7R" value="decided_at : TIMESTAMP" style="shape=partialRectangle;connectable=0;fillColor=none;top=0;left=0;bottom=0;right=0;overflow=hidden;" vertex="1" parent="6r7">
          <mxGeometry x="40" width="220" height="25" as="geometry"><mxRectangle width="220" height="25" as="alternateBounds" /></mxGeometry>
        </mxCell>
        <!-- 追加: created_at -->
        <mxCell id="6r8" value="" style="shape=tableRow;horizontal=0;startSize=0;swimlaneHead=0;swimlaneBody=0;fillColor=none;collapsible=0;dropTarget=0;points=[[0,0.5],[1,0.5]];portConstraint=eastwest;fontSize=12;top=0;left=0;right=0;bottom=0;" vertex="1" parent="6">
          <mxGeometry y="205" width="260" height="25" as="geometry" />
        </mxCell>
        <mxCell id="6r8L" value="" style="shape=partialRectangle;connectable=0;fillColor=none;top=0;left=0;bottom=0;right=0;overflow=hidden;" vertex="1" parent="6r8">
          <mxGeometry width="40" height="25" as="geometry"><mxRectangle width="40" height="25" as="alternateBounds" /></mxGeometry>
        </mxCell>
        <mxCell id="6r8R" value="created_at : TIMESTAMP" style="shape=partialRectangle;connectable=0;fillColor=none;top=0;left=0;bottom=0;right=0;overflow=hidden;" vertex="1" parent="6r8">
          <mxGeometry x="40" width="220" height="25" as="geometry"><mxRectangle width="220" height="25" as="alternateBounds" /></mxGeometry>
        </mxCell>

        <!-- Relationships (ERD edges, parent=1) -->

        <!-- departments.id -|o{ departments.parent_id (自己参照) -->
        <!-- entryY 修正: 0 -> 0.5、waypoints を正確な絶対座標に修正 -->
        <mxCell id="e1" value="parent_id（自己参照）" style="dashed=1;endArrow=ERmany;startArrow=ERmandOne;html=1;strokeColor=#475569;fontColor=#1E293B;fontSize=10;exitX=1;exitY=0.5;exitDx=0;exitDy=0;entryX=1;entryY=0.5;entryDx=0;entryDy=0;" edge="1" parent="1" source="2r1" target="2r3">
          <mxGeometry relative="1" as="geometry">
            <Array as="points">
              <mxPoint x="310" y="72" />
              <mxPoint x="310" y="122" />
            </Array>
          </mxGeometry>
        </mxCell>

        <!-- departments.id -|o{ users.department_id -->
+         <!-- e1（自己参照ループ）と交差しないよう、ループの下を迂回するルートに変更 -->
        <mxCell id="e2" value="department_id" style="dashed=1;endArrow=ERmany;startArrow=ERmandOne;html=1;strokeColor=#475569;fontColor=#1E293B;fontSize=10;exitX=1;exitY=0.5;exitDx=0;exitDy=0;entryX=0;entryY=0.5;entryDx=0;entryDy=0;" edge="1" parent="1" source="2r1" target="3r5">
-           <mxGeometry relative="1" as="geometry" />
+           <mxGeometry relative="1" as="geometry">
+             <Array as="points">
+               <mxPoint x="270" y="150" />
+               <mxPoint x="320" y="150" />
+             </Array>
+           </mxGeometry>
        </mxCell>

        <!-- resources.id -|o{ reservations.resource_id -->
        <!-- entryY 修正: 0.3 -> 0.5、waypoints を正確な絶対座標（テーブル行間ギャップ通過）に修正 -->
        <mxCell id="e3" value="resource_id" style="dashed=1;endArrow=ERmany;startArrow=ERmandOne;html=1;strokeColor=#475569;fontColor=#1E293B;fontSize=10;exitX=0;exitY=0.5;exitDx=0;exitDy=0;entryX=1;entryY=0.5;entryDx=0;entryDy=0;" edge="1" parent="1" source="4r1" target="5r2">
          <mxGeometry relative="1" as="geometry">
            <Array as="points">
              <mxPoint x="620" y="310" />
              <mxPoint x="310" y="310" />
            </Array>
          </mxGeometry>
        </mxCell>

        <!-- users.id -|o{ reservations.requester_id -->
        <!-- waypoints を左外周ルートに修正 -->
        <mxCell id="e4" value="requester_id" style="dashed=1;endArrow=ERmany;startArrow=ERmandOne;html=1;strokeColor=#475569;fontColor=#1E293B;fontSize=10;exitX=0;exitY=0.5;exitDx=0;exitDy=0;entryX=0;entryY=0.5;entryDx=0;entryDy=0;" edge="1" parent="1" source="3r1" target="5r3">
          <mxGeometry relative="1" as="geometry">
            <Array as="points">
              <mxPoint x="10" y="72" />
              <mxPoint x="10" y="442" />
            </Array>
          </mxGeometry>
        </mxCell>

        <!-- reservations.id -|o{ approval_steps.reservation_id -->
        <mxCell id="e5" value="reservation_id" style="dashed=1;endArrow=ERmany;startArrow=ERmandOne;html=1;strokeColor=#475569;fontColor=#1E293B;fontSize=10;exitX=1;exitY=0.5;exitDx=0;exitDy=0;entryX=0;entryY=0.5;entryDx=0;entryDy=0;" edge="1" parent="1" source="5r1" target="6r2">
          <mxGeometry relative="1" as="geometry" />
        </mxCell>

        <!-- users.id -|o{ approval_steps.approver_id -->
-         <!-- waypoints を approval_steps と resources の間の縦ルートに修正 -->
+         <!-- e3（resources → reservations）と users-resources 間の隙間で交差するため、resources の外側（右上）を迂回するルートに変更 -->
        <mxCell id="e6" value="approver_id" style="dashed=1;endArrow=ERmany;startArrow=ERmandOne;html=1;strokeColor=#475569;fontColor=#1E293B;fontSize=10;exitX=1;exitY=0.5;exitDx=0;exitDy=0;entryX=1;entryY=0.5;entryDx=0;entryDy=0;" edge="1" parent="1" source="3r1" target="6r3">
          <mxGeometry relative="1" as="geometry">
            <Array as="points">
-               <mxPoint x="625" y="72" />
-               <mxPoint x="625" y="442" />
+               <mxPoint x="580" y="10" />
+               <mxPoint x="920" y="10" />
+               <mxPoint x="920" y="442.5" />
            </Array>
          </mxGeometry>
        </mxCell>
      </root>
    </mxGraphModel>
  </diagram>
</mxfile>
